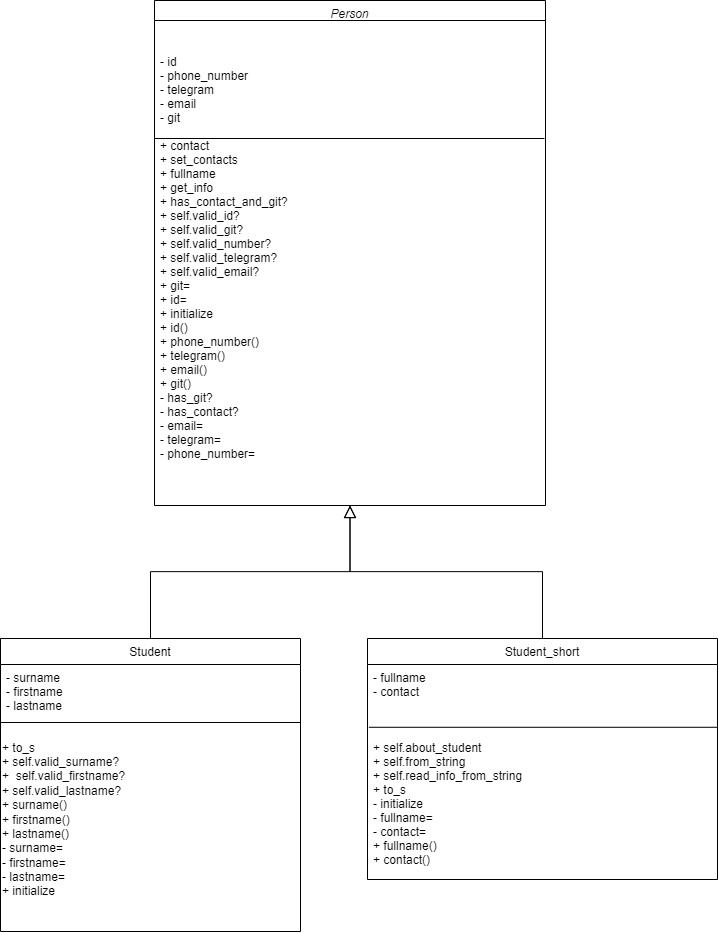
The draw.io diagram Student/Diagramm_classes.png in zhuravlev0063/Ruby, before a commit. Source tidied: cells renumbered, new cells last; positions are measured from the earlier drawing's top-left corner, leaving out a move shared by most shapes.
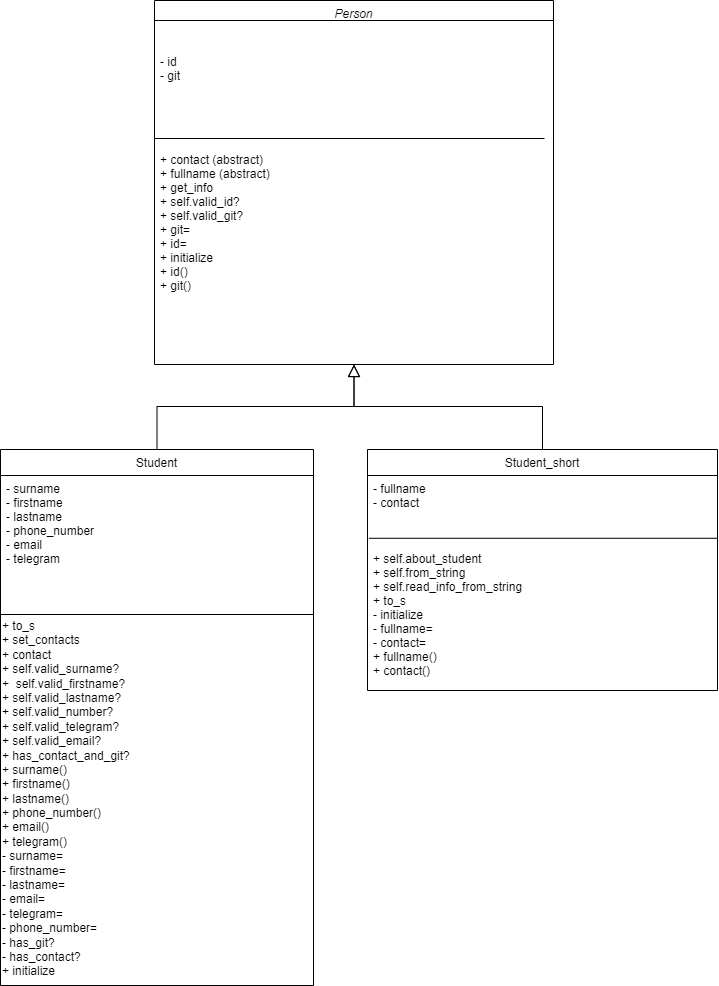
The same file after the commit.

Commit message:
changed Diagramm classes

Change to the diagram source:
```diff
@@ -3,7 +3,7 @@
     <mxCell id="0" />
     <mxCell id="1" parent="0" />
     <mxCell id="2" value="Person" style="swimlane;fontStyle=2;align=center;verticalAlign=top;horizontal=1;startSize=20;rounded=0;shadow=0;strokeWidth=1;" parent="1" vertex="1">
-      <mxGeometry x="154" width="391" height="505" as="geometry" />
+      <mxGeometry x="154" y="189" width="399" height="364" as="geometry" />
     </mxCell>
     <mxCell id="3" style="endArrow=none;html=1;rounded=0;entryX=1;entryY=0.25;entryDx=0;entryDy=0;exitX=0;exitY=0.25;exitDx=0;exitDy=0;" parent="2" edge="1">
       <mxGeometry relative="1" as="geometry">
@@ -11,20 +11,20 @@
         <mxPoint x="390" y="138" as="targetPoint" />
       </mxGeometry>
     </mxCell>
-    <mxCell id="4" value="&#10;&#10;- id&#10;- phone_number&#10;- telegram&#10;- email&#10;- git&#10;&#10;+ contact&#10;+ set_contacts&#10;+ fullname&#10;+ get_info&#10;+ has_contact_and_git?&#10;+ self.valid_id?&#10;+ self.valid_git?&#10;+ self.valid_number?&#10;+ self.valid_telegram?&#10;+ self.valid_email?&#10;+ git=&#10;+ id=&#10;+ initialize&#10;+ id()&#10;+ phone_number()&#10;+ telegram()&#10;+ email()&#10;+ git()&#10;- has_git?&#10;- has_contact?&#10;- email=&#10;- telegram=&#10;- phone_number=&#10;" style="text;align=left;verticalAlign=top;spacingLeft=4;spacingRight=4;overflow=hidden;" parent="2" vertex="1">
-      <mxGeometry y="20" width="391" height="485" as="geometry" />
+    <mxCell id="4" value="&#10;&#10;- id&#10;- git&#10;&#10;&#10;&#10;&#10;&#10;+ contact (abstract)&#10;+ fullname (abstract) &#10;+ get_info&#10;+ self.valid_id?&#10;+ self.valid_git?&#10;+ git=&#10;+ id=&#10;+ initialize&#10;+ id()&#10;+ git()&#10;" style="text;align=left;verticalAlign=top;spacingLeft=4;spacingRight=4;overflow=hidden;" parent="2" vertex="1">
+      <mxGeometry y="20" width="399" height="344" as="geometry" />
     </mxCell>
     <mxCell id="5" value="Student" style="swimlane;fontStyle=0;align=center;verticalAlign=top;horizontal=1;startSize=26;rounded=0;shadow=0;strokeWidth=1;" parent="1" vertex="1">
-      <mxGeometry y="638" width="300" height="293" as="geometry" />
+      <mxGeometry y="638" width="313" height="536" as="geometry" />
     </mxCell>
-    <mxCell id="6" value="- surname&#10;- firstname&#10;- lastname&#10;" style="text;align=left;verticalAlign=top;spacingLeft=4;spacingRight=4;overflow=hidden;rounded=0;shadow=0;html=0;" parent="5" vertex="1">
-      <mxGeometry y="26" width="300" height="54" as="geometry" />
+    <mxCell id="6" value="- surname&#10;- firstname&#10;- lastname&#10;- phone_number&#10;- email&#10;- telegram" style="text;align=left;verticalAlign=top;spacingLeft=4;spacingRight=4;overflow=hidden;rounded=0;shadow=0;html=0;" parent="5" vertex="1">
+      <mxGeometry y="26" width="313" height="135" as="geometry" />
     </mxCell>
     <mxCell id="7" style="line;html=1;strokeWidth=1;align=left;verticalAlign=middle;spacingTop=-1;spacingLeft=3;spacingRight=3;labelPosition=right;" parent="5" vertex="1">
-      <mxGeometry y="80" width="300" height="8" as="geometry" />
+      <mxGeometry y="161" width="313" height="8" as="geometry" />
     </mxCell>
-    <mxCell id="8" value="&lt;div&gt;&lt;br&gt;&lt;/div&gt;&lt;div&gt;+ to_s&lt;/div&gt;&lt;div&gt;+ self.valid_surname?&lt;/div&gt;&lt;div&gt;+&amp;nbsp;&lt;span style=&quot;text-wrap: nowrap; background-color: initial;&quot;&gt;&amp;nbsp;self.valid_firstname?&lt;/span&gt;&lt;/div&gt;&lt;div&gt;&lt;span style=&quot;text-wrap: nowrap;&quot;&gt;+ self.valid_lastname?&lt;/span&gt;&lt;span style=&quot;text-wrap: nowrap; background-color: initial;&quot;&gt;&lt;br&gt;&lt;/span&gt;&lt;/div&gt;&lt;div&gt;&lt;div&gt;&lt;span style=&quot;text-wrap: nowrap;&quot;&gt;+ surname()&lt;/span&gt;&lt;span style=&quot;text-wrap: nowrap;&quot;&gt;&lt;br&gt;&lt;/span&gt;&lt;/div&gt;&lt;div&gt;&lt;span style=&quot;text-wrap: nowrap;&quot;&gt;+ firstname()&lt;/span&gt;&lt;/div&gt;&lt;div&gt;&lt;span style=&quot;text-wrap: nowrap;&quot;&gt;+ lastname()&lt;/span&gt;&lt;/div&gt;&lt;/div&gt;&lt;div&gt;&lt;span style=&quot;text-wrap: nowrap;&quot;&gt;- surname=&lt;/span&gt;&lt;span style=&quot;text-wrap: nowrap;&quot;&gt;&lt;br&gt;&lt;/span&gt;&lt;/div&gt;&lt;div&gt;&lt;span style=&quot;text-wrap: nowrap;&quot;&gt;- firstname=&lt;/span&gt;&lt;/div&gt;&lt;div&gt;&lt;span style=&quot;text-wrap: nowrap;&quot;&gt;- lastname=&lt;/span&gt;&lt;/div&gt;&lt;div&gt;&lt;span style=&quot;background-color: initial; text-wrap: nowrap;&quot;&gt;+&amp;nbsp;&lt;/span&gt;&lt;span style=&quot;background-color: initial; text-wrap: nowrap;&quot;&gt;initialize&lt;/span&gt;&lt;br&gt;&lt;/div&gt;" style="text;html=1;align=left;verticalAlign=middle;whiteSpace=wrap;rounded=0;" parent="5" vertex="1">
-      <mxGeometry y="88" width="300" height="173" as="geometry" />
+    <mxCell id="8" value="&lt;div&gt;&lt;br&gt;&lt;/div&gt;&lt;div&gt;&lt;br&gt;&lt;/div&gt;&lt;div&gt;+ to_s&lt;/div&gt;&lt;div&gt;&lt;span style=&quot;text-wrap: nowrap;&quot;&gt;+ set_contacts&lt;/span&gt;&lt;br&gt;&lt;/div&gt;&lt;div&gt;&lt;span style=&quot;text-wrap: nowrap;&quot;&gt;+ contact&lt;/span&gt;&lt;/div&gt;&lt;div&gt;+ self.valid_surname?&lt;/div&gt;&lt;div&gt;+&amp;nbsp;&lt;span style=&quot;text-wrap: nowrap; background-color: initial;&quot;&gt;&amp;nbsp;self.valid_firstname?&lt;/span&gt;&lt;/div&gt;&lt;div&gt;&lt;span style=&quot;text-wrap: nowrap;&quot;&gt;+ self.valid_lastname?&lt;/span&gt;&lt;span style=&quot;text-wrap: nowrap; background-color: initial;&quot;&gt;&lt;br&gt;&lt;/span&gt;&lt;/div&gt;&lt;div&gt;&lt;span style=&quot;text-wrap: nowrap;&quot;&gt;+ self.valid_number?&lt;/span&gt;&lt;br style=&quot;padding: 0px; margin: 0px; text-wrap: nowrap;&quot;&gt;&lt;span style=&quot;text-wrap: nowrap;&quot;&gt;+ self.valid_telegram?&lt;/span&gt;&lt;br style=&quot;padding: 0px; margin: 0px; text-wrap: nowrap;&quot;&gt;&lt;span style=&quot;text-wrap: nowrap;&quot;&gt;+ self.valid_email?&lt;/span&gt;&lt;span style=&quot;text-wrap: nowrap;&quot;&gt;&lt;br&gt;&lt;/span&gt;&lt;/div&gt;&lt;div&gt;&lt;span style=&quot;text-wrap: nowrap;&quot;&gt;+ has_contact_and_git?&lt;/span&gt;&lt;span style=&quot;text-wrap: nowrap;&quot;&gt;&lt;br&gt;&lt;/span&gt;&lt;/div&gt;&lt;div&gt;&lt;div&gt;&lt;span style=&quot;text-wrap: nowrap;&quot;&gt;+ surname()&lt;/span&gt;&lt;span style=&quot;text-wrap: nowrap;&quot;&gt;&lt;br&gt;&lt;/span&gt;&lt;/div&gt;&lt;div&gt;&lt;span style=&quot;text-wrap: nowrap;&quot;&gt;+ firstname()&lt;/span&gt;&lt;/div&gt;&lt;div&gt;&lt;span style=&quot;text-wrap: nowrap;&quot;&gt;+ lastname()&lt;/span&gt;&lt;/div&gt;&lt;/div&gt;&lt;div&gt;&lt;span style=&quot;text-wrap: nowrap;&quot;&gt;+ phone_number()&lt;/span&gt;&lt;/div&gt;&lt;div&gt;&lt;span style=&quot;text-wrap: nowrap;&quot;&gt;+ email()&lt;/span&gt;&lt;/div&gt;&lt;div&gt;&lt;span style=&quot;text-wrap: nowrap;&quot;&gt;+ telegram()&lt;/span&gt;&lt;/div&gt;&lt;div&gt;&lt;span style=&quot;text-wrap: nowrap;&quot;&gt;- surname=&lt;/span&gt;&lt;span style=&quot;text-wrap: nowrap;&quot;&gt;&lt;br&gt;&lt;/span&gt;&lt;/div&gt;&lt;div&gt;&lt;span style=&quot;text-wrap: nowrap;&quot;&gt;- firstname=&lt;/span&gt;&lt;/div&gt;&lt;div&gt;&lt;span style=&quot;text-wrap: nowrap;&quot;&gt;- lastname=&lt;/span&gt;&lt;/div&gt;&lt;div&gt;&lt;span style=&quot;text-wrap: nowrap;&quot;&gt;- email=&lt;/span&gt;&lt;/div&gt;&lt;div&gt;&lt;span style=&quot;text-wrap: nowrap;&quot;&gt;- telegram=&amp;nbsp;&lt;/span&gt;&lt;/div&gt;&lt;div&gt;&lt;span style=&quot;text-wrap: nowrap;&quot;&gt;- phone_number=&lt;/span&gt;&lt;/div&gt;&lt;div&gt;&lt;span style=&quot;text-wrap: nowrap;&quot;&gt;- has_git?&lt;/span&gt;&lt;/div&gt;&lt;div&gt;&lt;span style=&quot;text-wrap: nowrap;&quot;&gt;- has_contact?&lt;/span&gt;&lt;/div&gt;&lt;div&gt;&lt;span style=&quot;background-color: initial; text-wrap: nowrap;&quot;&gt;+&amp;nbsp;&lt;/span&gt;&lt;span style=&quot;background-color: initial; text-wrap: nowrap;&quot;&gt;initialize&lt;/span&gt;&lt;br&gt;&lt;/div&gt;" style="text;html=1;align=left;verticalAlign=middle;whiteSpace=wrap;rounded=0;" parent="5" vertex="1">
+      <mxGeometry y="169" width="313" height="332" as="geometry" />
     </mxCell>
     <mxCell id="9" style="endArrow=block;endSize=10;endFill=0;shadow=0;strokeWidth=1;rounded=0;curved=0;edgeStyle=elbowEdgeStyle;elbow=vertical;" parent="1" edge="1" source="5" target="2">
       <mxGeometry relative="1" as="geometry" />
```
